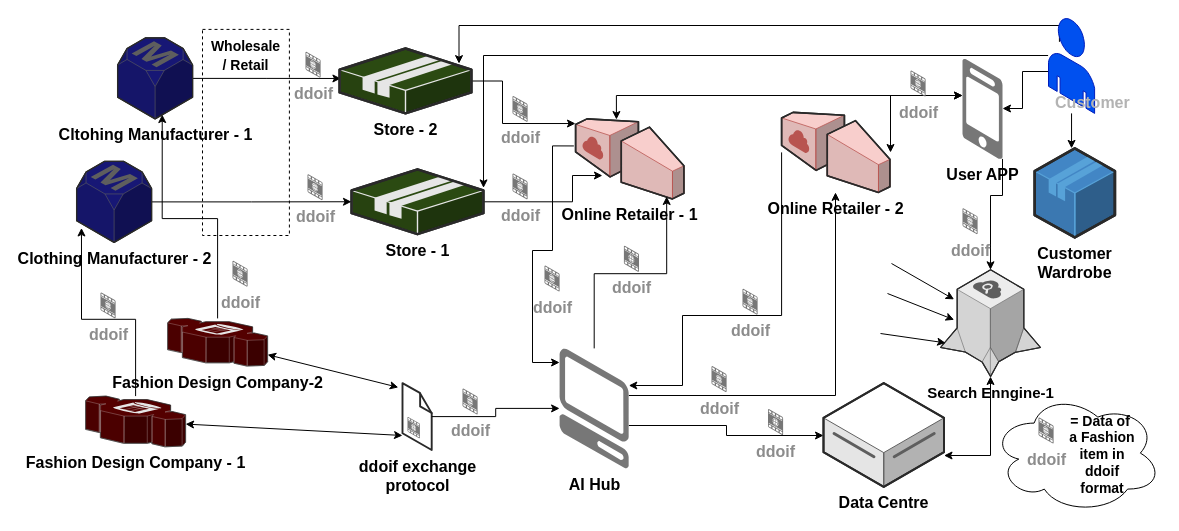
Before: ddoif_workflow.drawio in morawi/ddoif, a draw.io diagram. Source tidied: cells renumbered, new cells numbered last; positions are measured from the earlier drawing's top-left corner, leaving out a move shared by most shapes. Both pictures are drawn from the tidied source at 100%, with x=0, y=0 at pixel (76, 18).
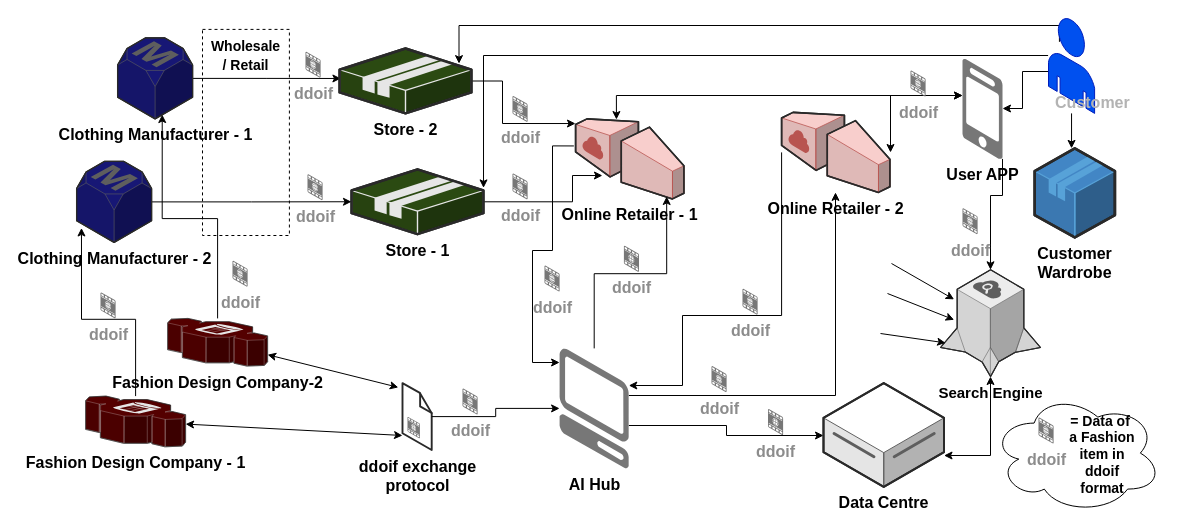
Above is the later version.

Commit message:
Corrected items

The edit, as a diff of the source:
```diff
@@
-    <mxCell id="8" value="&lt;font style=&quot;font-size: 16px&quot;&gt;&lt;b style=&quot;font-size: 16px&quot;&gt;Cltohing&amp;nbsp;&lt;/b&gt;&lt;b&gt;Manufacturer&lt;/b&gt;&lt;b style=&quot;font-size: 16px&quot;&gt;&amp;nbsp;- 1&lt;/b&gt;&lt;/font&gt;" style="verticalLabelPosition=bottom;html=1;verticalAlign=top;strokeWidth=1;dashed=0;shape=mxgraph.aws3d.rdsMaster;fillColor=#171775;strokeColor=#5E5E5E;rounded=1;shadow=0;comic=0;fontFamily=Helvetica;fontSize=16;" parent="1" vertex="1">
+    <mxCell id="8" value="&lt;font style=&quot;font-size: 16px&quot;&gt;&lt;b style=&quot;font-size: 16px&quot;&gt;Clothing&amp;nbsp;&lt;/b&gt;&lt;b&gt;Manufacturer&lt;/b&gt;&lt;b style=&quot;font-size: 16px&quot;&gt;&amp;nbsp;- 1&lt;/b&gt;&lt;/font&gt;" style="verticalLabelPosition=bottom;html=1;verticalAlign=top;strokeWidth=1;dashed=0;shape=mxgraph.aws3d.rdsMaster;fillColor=#171775;strokeColor=#5E5E5E;rounded=1;shadow=0;comic=0;fontFamily=Helvetica;fontSize=16;" parent="1" vertex="1">
       <mxGeometry x="41.1" y="19.3" width="75" height="81.1" as="geometry" />
     </mxCell>
@@
-    <mxCell id="16" value="&lt;font size=&quot;1&quot;&gt;&lt;b style=&quot;font-size: 15px&quot;&gt;Search Enngine-1&lt;/b&gt;&lt;/font&gt;" style="verticalLabelPosition=bottom;html=1;verticalAlign=top;strokeWidth=1;align=center;outlineConnect=0;dashed=0;outlineConnect=0;shape=mxgraph.aws3d.searchEngine;fillColor=#ECECEC;strokeColor=#5E5E5E;shadow=0;fontSize=16;fontFamily=Helvetica;" parent="1" vertex="1">
+    <mxCell id="16" value="&lt;b style=&quot;font-size: 15px&quot;&gt;Search &lt;/b&gt;&lt;span style=&quot;font-size: 15px&quot;&gt;&lt;b&gt;Engine&lt;/b&gt;&lt;/span&gt;" style="verticalLabelPosition=bottom;html=1;verticalAlign=top;strokeWidth=1;align=center;outlineConnect=0;dashed=0;outlineConnect=0;shape=mxgraph.aws3d.searchEngine;fillColor=#ECECEC;strokeColor=#5E5E5E;shadow=0;fontSize=16;fontFamily=Helvetica;" parent="1" vertex="1">
       <mxGeometry x="864" y="251.3" width="100" height="106.7" as="geometry" />
     </mxCell>
```
